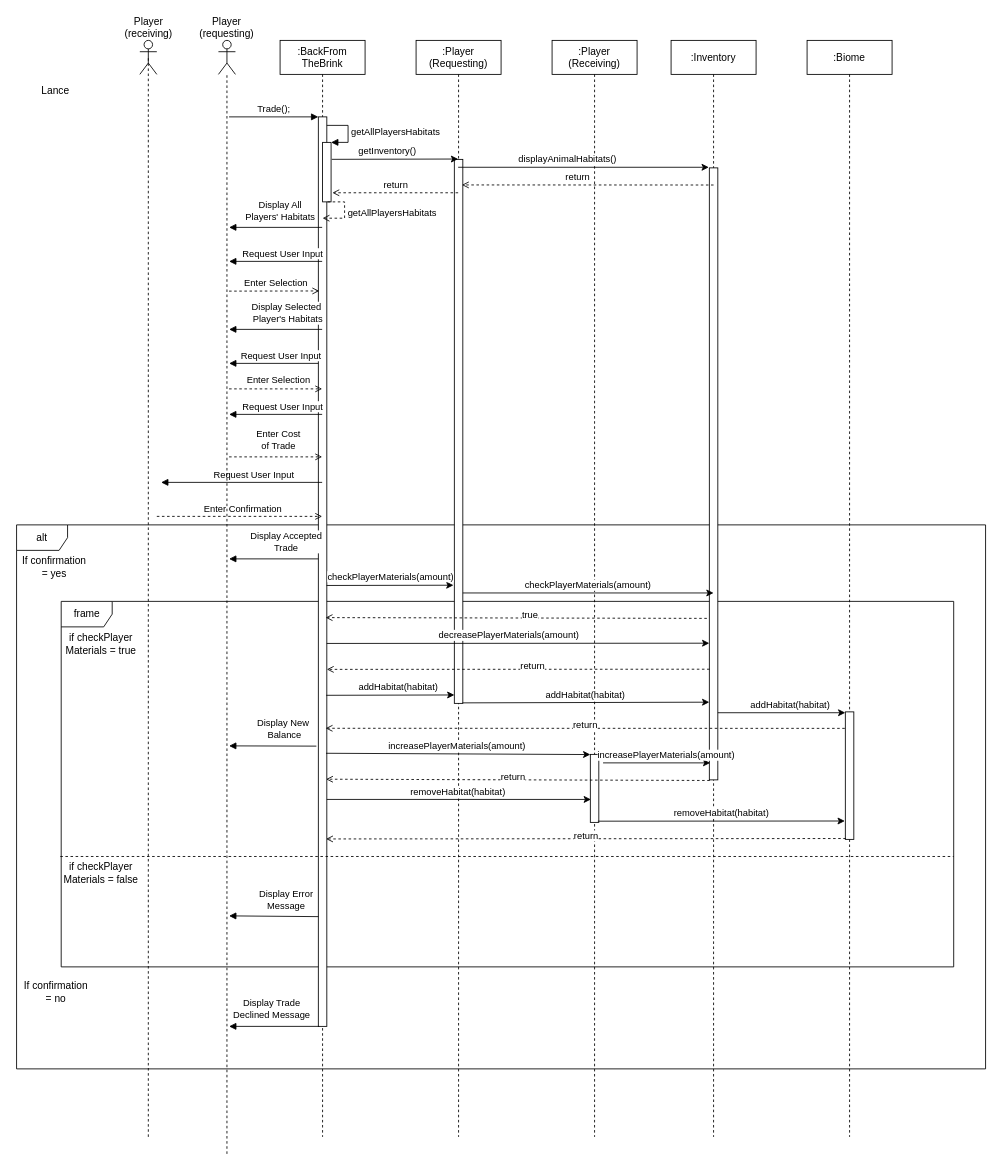
Before: Documentation/Sequence Diagrams/Trade Animal Habitat SD (draft).drawio in cmcgarry5/csc2058-2021-g25, a draw.io diagram. Source tidied: cells renumbered, new cells numbered last; positions are measured from the earlier drawing's top-left corner, leaving out a move shared by most shapes. Both pictures are drawn from the tidied source at 85%, with x=0, y=0 at pixel (14, 14).
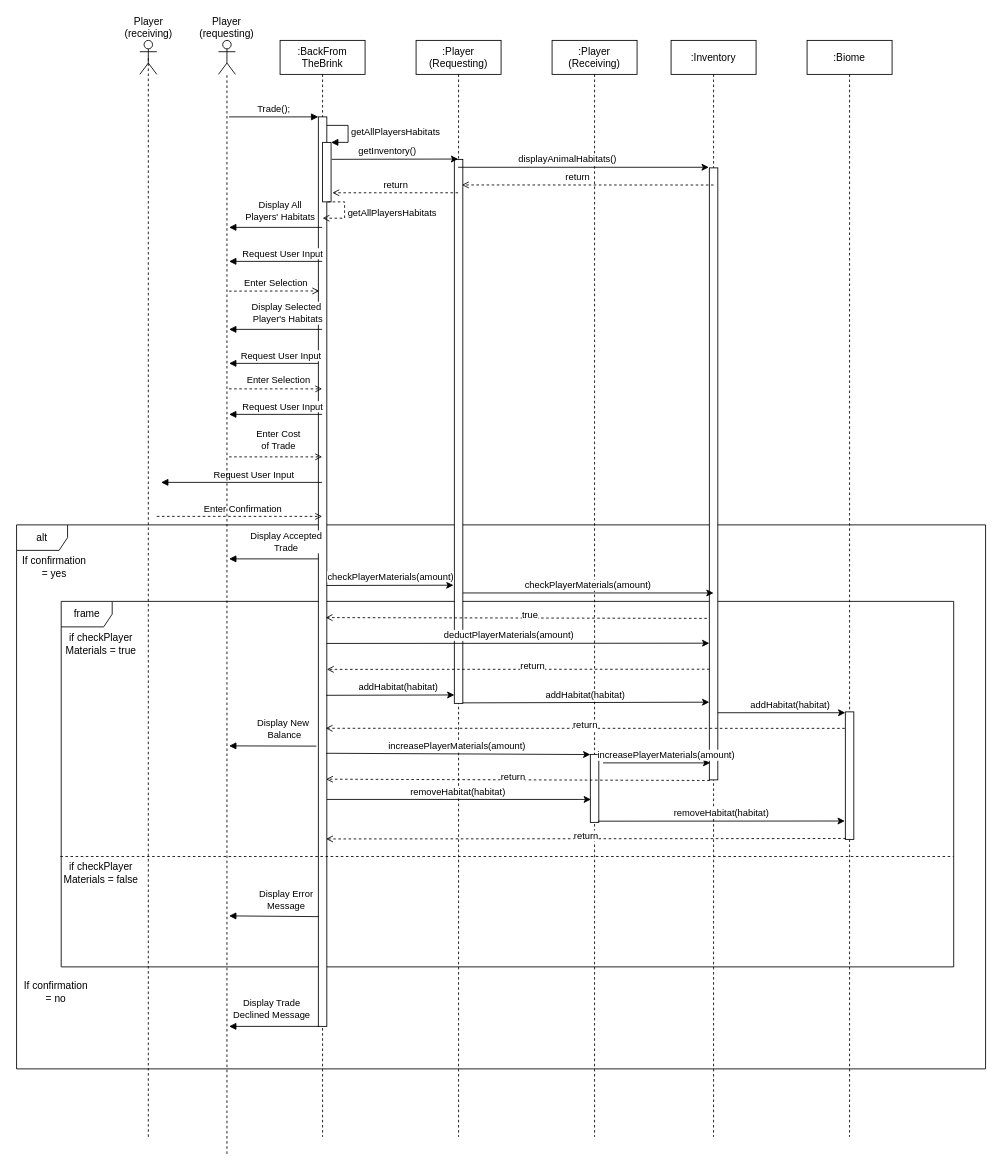
The same diagram, later.

Unchanged cells that the change refers to:
```xml
<mxCell id="51" style="endArrow=classic;html=1;entryX=0;entryY=0.793;entryDx=0;entryDy=0;entryPerimeter=0;exitX=0.989;exitY=0.571;exitDx=0;exitDy=0;exitPerimeter=0;" parent="1" edge="1">
  <mxGeometry relative="1" as="geometry">
    <mxPoint x="366.9" y="739.5" as="sourcePoint" />
    <mxPoint x="817" y="739.2" as="targetPoint" />
  </mxGeometry>
</mxCell>
```

What changed in the source:
```diff
@@
-    <mxCell id="52" value="decreasePlayerMaterials(amount)" style="edgeLabel;html=1;align=center;verticalAlign=middle;" parent="51" vertex="1">
+    <mxCell id="52" value="deductPlayerMaterials(amount)" style="edgeLabel;html=1;align=center;verticalAlign=middle;" parent="51" vertex="1">
       <mxGeometry x="-0.14" y="2" relative="1" as="geometry">
         <mxPoint x="19.4" y="-8" as="offset" />
       </mxGeometry>
     </mxCell>
@@
-    <mxCell id="85" value="Lance" style="text;html=1;strokeColor=none;fillColor=none;align=center;verticalAlign=middle;whiteSpace=wrap;rounded=0;" parent="1" vertex="1">
-      <mxGeometry x="28.2" y="80" width="40" height="20" as="geometry" />
-    </mxCell>
```
